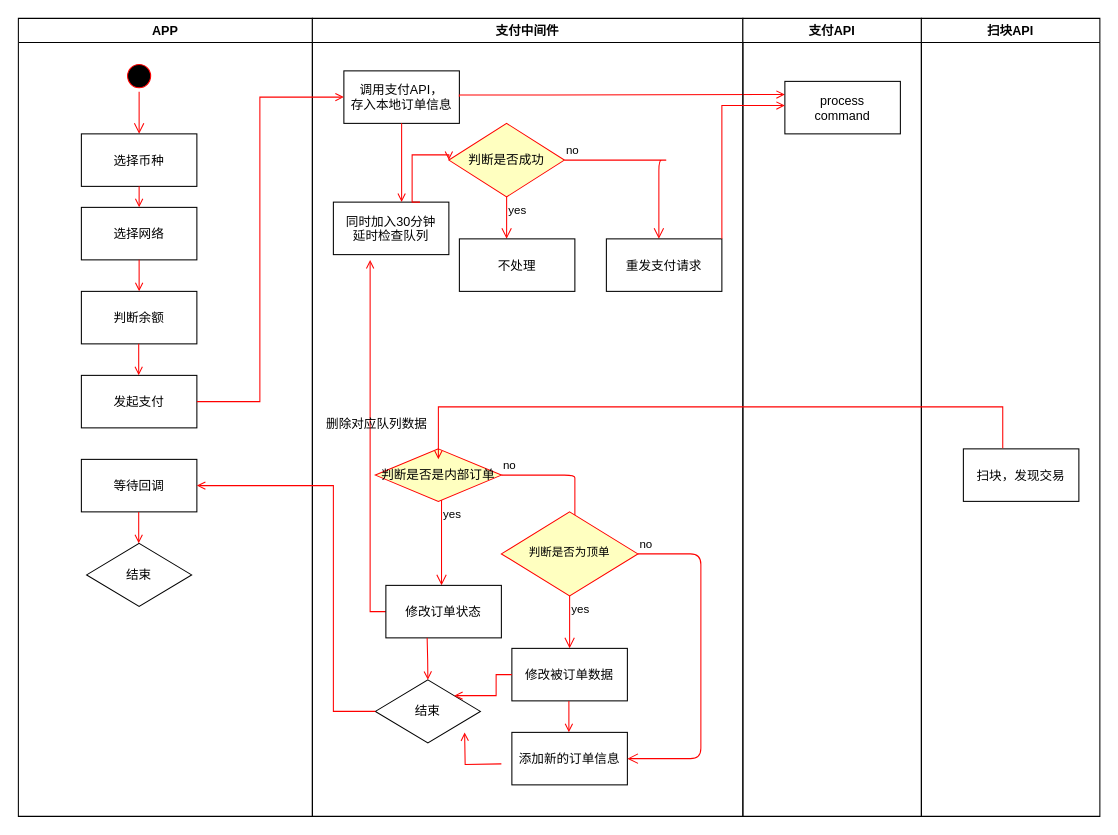
Earlier version of the draw.io diagram drawio/pay.drawio (hwholiday/learning_tools). Source tidied: cells renumbered, new cells numbered last; positions are measured from the earlier drawing's top-left corner, leaving out a move shared by most shapes. Both pictures are drawn from the tidied source at 105%, with x=0, y=0 at pixel (18, 18).
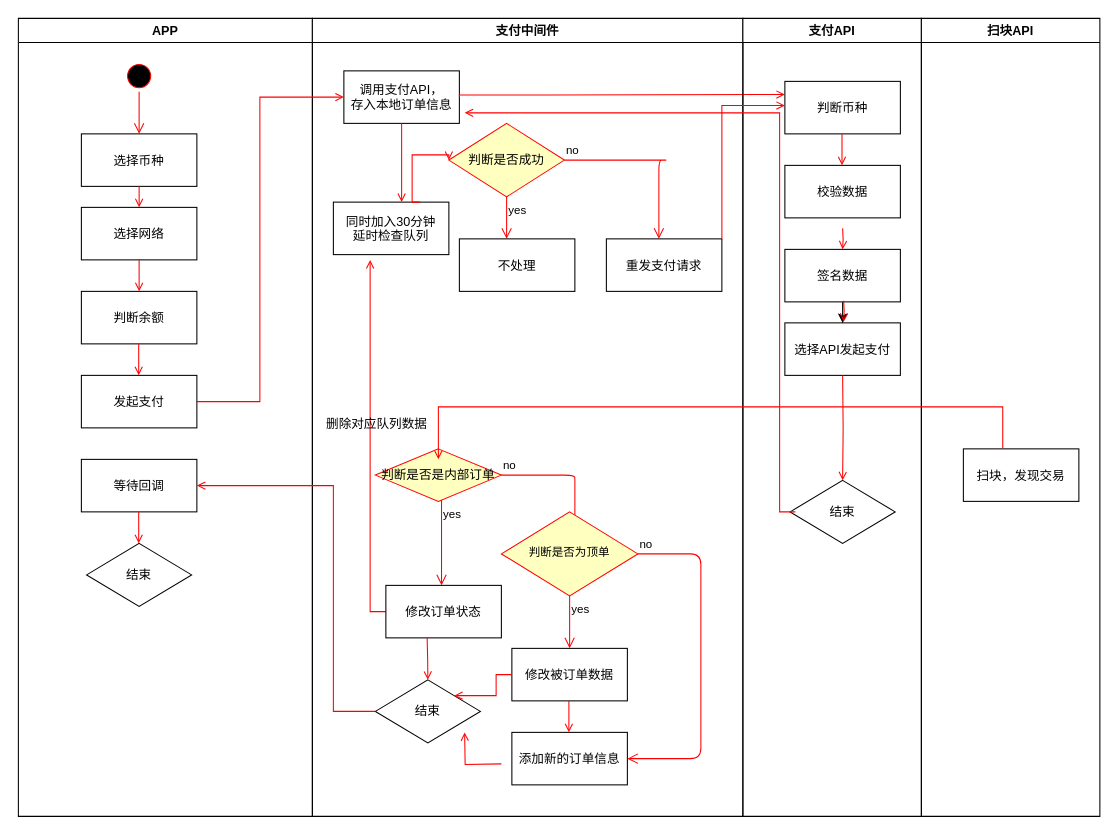
The same page after the edit.

Unchanged cells that the change refers to:
```xml
<mxCell id="38" value="支付API" style="swimlane;whiteSpace=wrap;" parent="1" vertex="1">
  <mxGeometry x="690" width="170" height="760" as="geometry" />
</mxCell>
```

The edit, as a diff of the source:
```diff
@@
-    <mxCell id="39" value="process&#10;command" parent="38" vertex="1">
+    <mxCell id="39" value="判断币种" parent="38" vertex="1">
       <mxGeometry x="40" y="60" width="110" height="50" as="geometry" />
     </mxCell>
+    <mxCell id="50" value="校验数据" parent="38" vertex="1">
+      <mxGeometry x="40" y="140" width="110" height="50" as="geometry" />
+    </mxCell>
+    <mxCell id="51" value="选择API发起支付" parent="38" vertex="1">
+      <mxGeometry x="40" y="290" width="110" height="50" as="geometry" />
+    </mxCell>
+    <mxCell id="52" value="结束" style="rhombus;whiteSpace=wrap;html=1;" parent="38" vertex="1">
+      <mxGeometry x="45" y="440" width="100" height="60" as="geometry" />
+    </mxCell>
+    <mxCell id="53" style="edgeStyle=orthogonalEdgeStyle;rounded=0;jettySize=auto;html=1;" parent="38" edge="1" source="54" target="51">
+      <mxGeometry relative="1" as="geometry" />
+    </mxCell>
+    <mxCell id="54" value="签名数据" parent="38" vertex="1">
+      <mxGeometry x="40" y="220" width="110" height="50" as="geometry" />
+    </mxCell>
+    <mxCell id="55" style="endArrow=open;strokeColor=#FF0000;endFill=1;rounded=0;edgeStyle=orthogonalEdgeStyle;" parent="38" edge="1">
+      <mxGeometry relative="1" as="geometry">
+        <mxPoint x="94.4" y="110" as="sourcePoint" />
+        <mxPoint x="94.4" y="140" as="targetPoint" />
+      </mxGeometry>
+    </mxCell>
@@
+    <mxCell id="56" style="endArrow=open;strokeColor=#FF0000;endFill=1;rounded=0;edgeStyle=orthogonalEdgeStyle;entryX=0.5;entryY=0;entryDx=0;entryDy=0;" parent="1" edge="1">
+      <mxGeometry relative="1" as="geometry">
+        <mxPoint x="785" y="200" as="sourcePoint" />
+        <mxPoint x="785" y="220" as="targetPoint" />
+      </mxGeometry>
+    </mxCell>
+    <mxCell id="57" style="endArrow=open;strokeColor=#FF0000;endFill=1;rounded=0;edgeStyle=orthogonalEdgeStyle;entryX=0.5;entryY=0;entryDx=0;entryDy=0;" parent="1" edge="1" target="52">
+      <mxGeometry relative="1" as="geometry">
+        <mxPoint x="785" y="340" as="sourcePoint" />
+      </mxGeometry>
+    </mxCell>
+    <mxCell id="58" style="endArrow=open;strokeColor=#FF0000;endFill=1;rounded=0;edgeStyle=orthogonalEdgeStyle;entryX=0.5;entryY=0;entryDx=0;entryDy=0;" parent="1" edge="1">
+      <mxGeometry relative="1" as="geometry">
+        <mxPoint x="786" y="269" as="sourcePoint" />
+        <mxPoint x="786" y="289" as="targetPoint" />
+      </mxGeometry>
+    </mxCell>
+    <mxCell id="59" style="endArrow=open;strokeColor=#FF0000;endFill=1;rounded=0;edgeStyle=orthogonalEdgeStyle;exitX=0;exitY=0.5;exitDx=0;exitDy=0;" parent="1" edge="1">
+      <mxGeometry relative="1" as="geometry">
+        <mxPoint x="740" y="470" as="sourcePoint" />
+        <mxPoint x="425" y="90" as="targetPoint" />
+        <Array as="points">
+          <mxPoint x="725" y="470" />
+          <mxPoint x="725" y="90" />
+        </Array>
+      </mxGeometry>
+    </mxCell>
```
